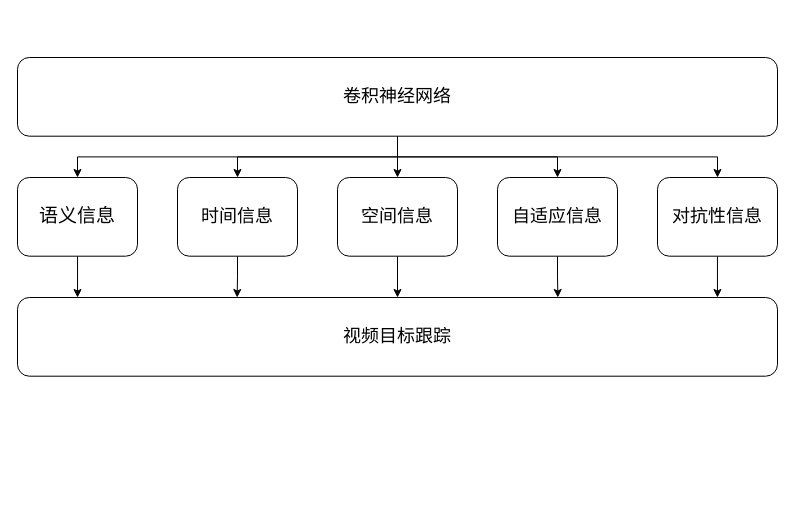
Before: 博士/毕业论文/ucasthesis/Img/paper_arch.drawio in OlliverYang/zhbli, a draw.io diagram. Source tidied: cells renumbered, new cells numbered last; positions are measured from the earlier drawing's top-left corner, leaving out a move shared by most shapes. Both pictures are drawn from the tidied source at 100%, with x=0, y=0 at pixel (17, 57).
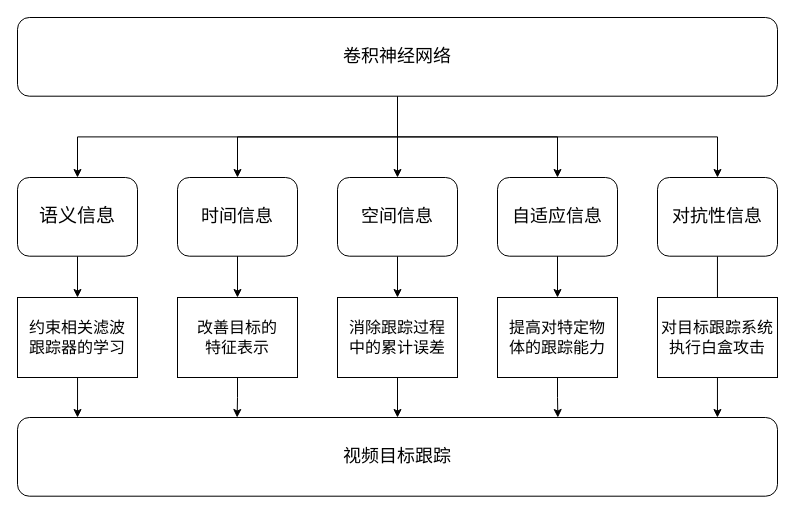
After the change.

Unchanged cells that the change refers to:
```xml
<mxCell id="9" value="&lt;font style=&quot;font-size: 18px&quot;&gt;时间信息&lt;/font&gt;" style="rounded=1;whiteSpace=wrap;html=1;" parent="1" vertex="1">
  <mxGeometry x="160" y="120" width="120" height="78.7" as="geometry" />
</mxCell>
<mxCell id="11" value="&lt;font style=&quot;font-size: 18px&quot;&gt;空间信息&lt;/font&gt;" style="rounded=1;whiteSpace=wrap;html=1;" parent="1" vertex="1">
  <mxGeometry x="320" y="120" width="120" height="78.7" as="geometry" />
</mxCell>
<mxCell id="13" value="&lt;font style=&quot;font-size: 19px&quot;&gt;语义信息&lt;/font&gt;" style="rounded=1;whiteSpace=wrap;html=1;" parent="1" vertex="1">
  <mxGeometry y="120" width="120" height="78.7" as="geometry" />
</mxCell>
<mxCell id="15" value="&lt;font style=&quot;font-size: 18px&quot;&gt;自适应信息&lt;/font&gt;" style="rounded=1;whiteSpace=wrap;html=1;" parent="1" vertex="1">
  <mxGeometry x="480" y="120" width="120" height="78.7" as="geometry" />
</mxCell>
```

Diff of the diagram source:
```diff
@@
     <mxCell id="7" value="&lt;font style=&quot;font-size: 18px&quot;&gt;卷积神经网络&lt;/font&gt;" style="rounded=1;whiteSpace=wrap;html=1;" parent="1" vertex="1">
-      <mxGeometry width="760" height="78.7" as="geometry" />
+      <mxGeometry y="-40" width="760" height="78.7" as="geometry" />
     </mxCell>
-    <mxCell id="8" style="edgeStyle=orthogonalEdgeStyle;rounded=0;jettySize=auto;html=1;entryX=0.289;entryY=0;entryDx=0;entryDy=0;entryPerimeter=0;" parent="1" edge="1" source="9" target="18">
+    <mxCell id="8" style="edgeStyle=orthogonalEdgeStyle;rounded=0;jettySize=auto;html=1;entryX=0.289;entryY=0;entryDx=0;entryDy=0;entryPerimeter=0;" parent="1" edge="1" source="24" target="18">
       <mxGeometry relative="1" as="geometry" />
     </mxCell>
@@
-    <mxCell id="10" style="edgeStyle=orthogonalEdgeStyle;rounded=0;jettySize=auto;html=1;entryX=0.5;entryY=0;entryDx=0;entryDy=0;" parent="1" edge="1" source="11" target="18">
+    <mxCell id="10" style="edgeStyle=orthogonalEdgeStyle;rounded=0;jettySize=auto;html=1;" parent="1" edge="1" source="11" target="23">
       <mxGeometry relative="1" as="geometry" />
     </mxCell>
@@
-    <mxCell id="12" style="edgeStyle=orthogonalEdgeStyle;rounded=0;jettySize=auto;html=1;entryX=0.079;entryY=0;entryDx=0;entryDy=0;entryPerimeter=0;" parent="1" edge="1" source="13" target="18">
+    <mxCell id="12" style="edgeStyle=orthogonalEdgeStyle;rounded=0;jettySize=auto;html=1;" parent="1" edge="1" source="13" target="20">
       <mxGeometry relative="1" as="geometry" />
     </mxCell>
@@
-    <mxCell id="14" style="edgeStyle=orthogonalEdgeStyle;rounded=0;jettySize=auto;html=1;entryX=0.711;entryY=0;entryDx=0;entryDy=0;entryPerimeter=0;" parent="1" edge="1" source="15" target="18">
+    <mxCell id="14" style="edgeStyle=orthogonalEdgeStyle;rounded=0;jettySize=auto;html=1;entryX=0.711;entryY=0;entryDx=0;entryDy=0;entryPerimeter=0;" parent="1" edge="1" source="26" target="18">
       <mxGeometry relative="1" as="geometry" />
     </mxCell>
@@
     <mxCell id="18" value="&lt;font style=&quot;font-size: 18px&quot;&gt;视频目标跟踪&lt;/font&gt;" style="rounded=1;whiteSpace=wrap;html=1;" parent="1" vertex="1">
-      <mxGeometry y="240" width="760" height="78.7" as="geometry" />
+      <mxGeometry y="360" width="760" height="78.7" as="geometry" />
     </mxCell>
+    <mxCell id="19" style="edgeStyle=orthogonalEdgeStyle;rounded=0;jettySize=auto;html=1;entryX=0.079;entryY=0;entryDx=0;entryDy=0;entryPerimeter=0;" parent="1" edge="1" source="20" target="18">
+      <mxGeometry relative="1" as="geometry" />
+    </mxCell>
+    <mxCell id="20" value="&lt;font style=&quot;font-size: 16px&quot;&gt;约束相关滤波&lt;br&gt;跟踪器的学习&lt;/font&gt;" style="rounded=0;whiteSpace=wrap;html=1;" parent="1" vertex="1">
+      <mxGeometry y="240" width="120" height="80" as="geometry" />
+    </mxCell>
+    <mxCell id="21" value="&lt;font style=&quot;font-size: 16px&quot;&gt;对目标跟踪系统&lt;br&gt;执行白盒攻击&lt;/font&gt;" style="rounded=0;whiteSpace=wrap;html=1;" parent="1" vertex="1">
+      <mxGeometry x="640" y="240" width="120" height="80" as="geometry" />
+    </mxCell>
+    <mxCell id="22" style="edgeStyle=orthogonalEdgeStyle;rounded=0;jettySize=auto;html=1;entryX=0.5;entryY=0;entryDx=0;entryDy=0;" parent="1" edge="1" source="23" target="18">
+      <mxGeometry relative="1" as="geometry" />
+    </mxCell>
+    <mxCell id="23" value="&lt;font style=&quot;font-size: 16px&quot;&gt;消除跟踪过程&lt;br&gt;中的累计误差&lt;/font&gt;" style="rounded=0;whiteSpace=wrap;html=1;" parent="1" vertex="1">
+      <mxGeometry x="320" y="240" width="120" height="80" as="geometry" />
+    </mxCell>
+    <mxCell id="24" value="&lt;font style=&quot;font-size: 16px&quot;&gt;改善目标的&lt;br&gt;特征表示&lt;/font&gt;" style="rounded=0;whiteSpace=wrap;html=1;" parent="1" vertex="1">
+      <mxGeometry x="160" y="240" width="120" height="80" as="geometry" />
+    </mxCell>
+    <mxCell id="25" style="edgeStyle=orthogonalEdgeStyle;rounded=0;jettySize=auto;html=1;entryX=0.5;entryY=0;entryDx=0;entryDy=0;" parent="1" edge="1" source="9" target="24">
+      <mxGeometry relative="1" as="geometry" />
+    </mxCell>
+    <mxCell id="26" value="&lt;font style=&quot;font-size: 16px&quot;&gt;提高对特定物&lt;br&gt;体的跟踪能力&lt;/font&gt;" style="rounded=0;whiteSpace=wrap;html=1;" parent="1" vertex="1">
+      <mxGeometry x="480" y="240" width="120" height="80" as="geometry" />
+    </mxCell>
+    <mxCell id="27" style="edgeStyle=orthogonalEdgeStyle;rounded=0;jettySize=auto;html=1;entryX=0.5;entryY=0;entryDx=0;entryDy=0;" parent="1" edge="1" source="15" target="26">
+      <mxGeometry relative="1" as="geometry" />
+    </mxCell>
```
